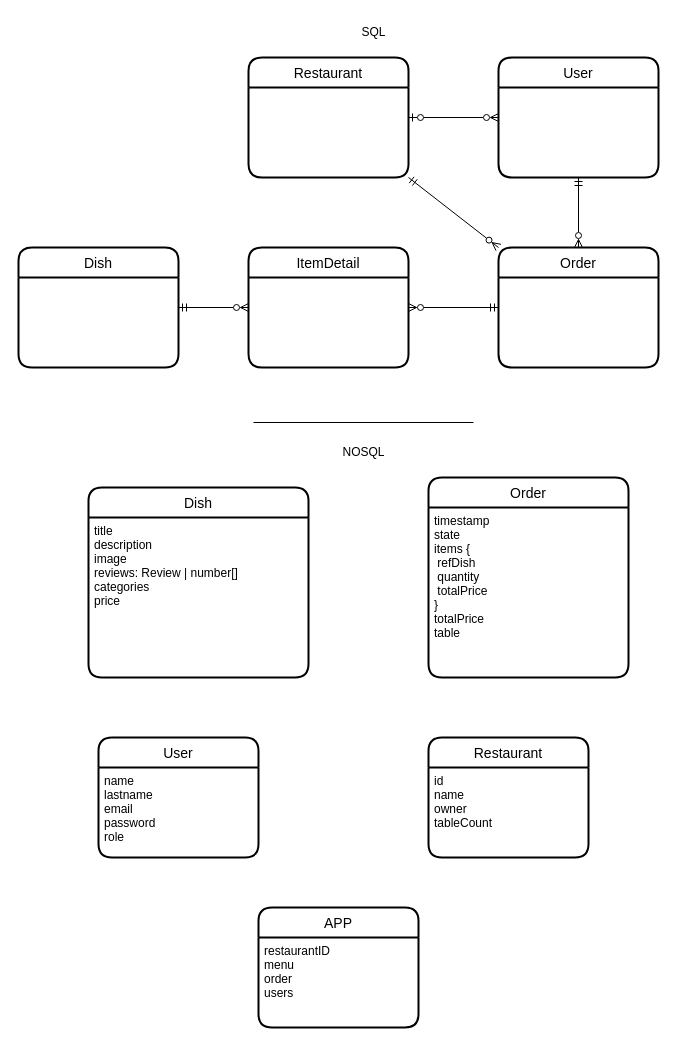
This is diagram.drawio from NGSalvo/resto-back, a draw.io file, before an edit. Source tidied: cells renumbered, new cells numbered last; positions are measured from the earlier drawing's top-left corner, leaving out a move shared by most shapes. Both pictures are drawn from the tidied source at 100%, with x=0, y=0 at pixel (18, 17).
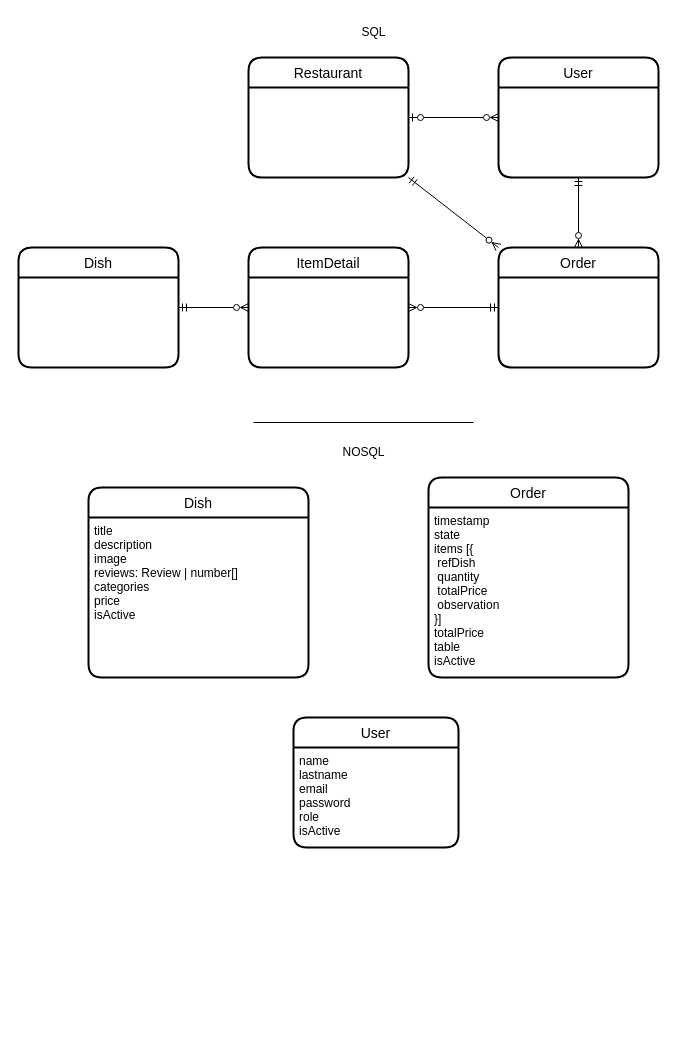
After the change.

Unchanged cells that the change refers to:
```xml
<mxCell id="12" value="Dish" style="swimlane;horizontal=1;startSize=30;rounded=1;fontSize=14;fontStyle=0;strokeWidth=2;shadow=0;dashed=0;align=center;" parent="1" vertex="1">
  <mxGeometry x="70" y="470" width="220" height="190" as="geometry" />
</mxCell>
<mxCell id="14" value="Order" style="swimlane;horizontal=1;startSize=30;rounded=1;fontSize=14;fontStyle=0;strokeWidth=2;shadow=0;dashed=0;align=center;" parent="1" vertex="1">
  <mxGeometry x="410" y="460" width="200" height="200" as="geometry" />
</mxCell>
```

Change to the diagram source:
```diff
@@
-    <mxCell id="13" value="title&#10;description&#10;image&#10;reviews: Review | number[]&#10;categories&#10;price&#10;" style="align=left;strokeColor=none;fillColor=none;spacingLeft=4;fontSize=12;verticalAlign=top;" parent="12" vertex="1">
+    <mxCell id="13" value="title&#10;description&#10;image&#10;reviews: Review | number[]&#10;categories&#10;price&#10;isActive" style="align=left;strokeColor=none;fillColor=none;spacingLeft=4;fontSize=12;verticalAlign=top;" parent="12" vertex="1">
       <mxGeometry y="30" width="220" height="160" as="geometry" />
     </mxCell>
@@
-    <mxCell id="15" value="timestamp&#10;state&#10;items {&#10; refDish&#10; quantity&#10; totalPrice&#10;}&#10;totalPrice&#10;table" style="align=left;strokeColor=none;fillColor=none;spacingLeft=4;fontSize=12;verticalAlign=top;" parent="14" vertex="1">
+    <mxCell id="15" value="timestamp&#10;state&#10;items [{&#10; refDish&#10; quantity&#10; totalPrice&#10; observation&#10;}]&#10;totalPrice&#10;table&#10;isActive" style="align=left;strokeColor=none;fillColor=none;spacingLeft=4;fontSize=12;verticalAlign=top;" parent="14" vertex="1">
       <mxGeometry y="30" width="200" height="170" as="geometry" />
     </mxCell>
@@
     <mxCell id="19" value="User" style="swimlane;horizontal=1;startSize=30;rounded=1;fontSize=14;fontStyle=0;strokeWidth=2;shadow=0;dashed=0;align=center;" parent="1" vertex="1">
-      <mxGeometry x="80" y="720" width="160" height="120" as="geometry" />
+      <mxGeometry x="275" y="700" width="165" height="130" as="geometry" />
     </mxCell>
-    <mxCell id="20" value="name&#10;lastname&#10;email&#10;password&#10;role" style="align=left;strokeColor=none;fillColor=none;spacingLeft=4;fontSize=12;verticalAlign=top;" parent="19" vertex="1">
-      <mxGeometry y="30" width="160" height="90" as="geometry" />
+    <mxCell id="20" value="name&#10;lastname&#10;email&#10;password&#10;role&#10;isActive" style="align=left;strokeColor=none;fillColor=none;spacingLeft=4;fontSize=12;verticalAlign=top;" parent="19" vertex="1">
+      <mxGeometry y="30" width="165" height="100" as="geometry" />
     </mxCell>
-    <mxCell id="21" value="Restaurant" style="swimlane;horizontal=1;startSize=30;rounded=1;fontSize=14;fontStyle=0;strokeWidth=2;shadow=0;dashed=0;align=center;" parent="1" vertex="1">
-      <mxGeometry x="410" y="720" width="160" height="120" as="geometry" />
-    </mxCell>
-    <mxCell id="22" value="id&#10;name&#10;owner&#10;tableCount" style="align=left;strokeColor=none;fillColor=none;spacingLeft=4;fontSize=12;verticalAlign=top;" parent="21" vertex="1">
-      <mxGeometry y="30" width="160" height="90" as="geometry" />
-    </mxCell>
-    <mxCell id="23" value="APP" style="swimlane;horizontal=1;startSize=30;rounded=1;fontSize=14;fontStyle=0;strokeWidth=2;shadow=0;dashed=0;align=center;" parent="1" vertex="1">
-      <mxGeometry x="240" y="890" width="160" height="120" as="geometry" />
-    </mxCell>
-    <mxCell id="24" value="restaurantID&#10;menu&#10;order&#10;users" style="align=left;strokeColor=none;fillColor=none;spacingLeft=4;fontSize=12;verticalAlign=top;" parent="23" vertex="1">
-      <mxGeometry y="30" width="160" height="90" as="geometry" />
-    </mxCell>
```
